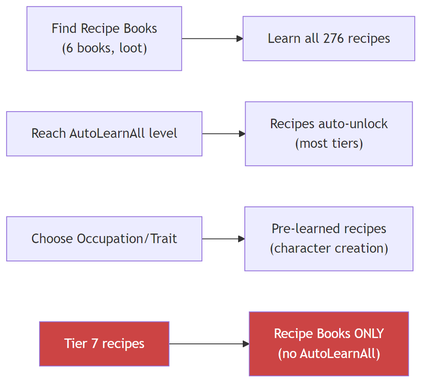
Before: docs/images/learning-paths.png, a diagram exported from Mermaid (phobos-dthorga/mod-pz-chemistry-pathways). Its source is kept beside it as docs/mermaid-src/learning-paths.mmd.
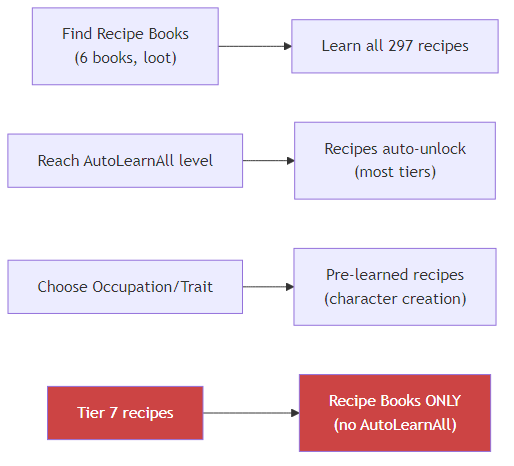
After the change.

The edit, as a diff of the source:
```diff
@@ -1,5 +1,5 @@
 graph LR
-    HB["Find Recipe Books<br/>(6 books, loot)"] --> LEARN["Learn all 276 recipes"]
+    HB["Find Recipe Books<br/>(6 books, loot)"] --> LEARN["Learn all 297 recipes"]
     LEVEL["Reach AutoLearnAll level"] --> AUTO["Recipes auto-unlock<br/>(most tiers)"]
     CREATE["Choose Occupation/Trait"] --> GRANT["Pre-learned recipes<br/>(character creation)"]
     T7["Tier 7 recipes"] --> HB_ONLY["Recipe Books ONLY<br/>(no AutoLearnAll)"]
```
